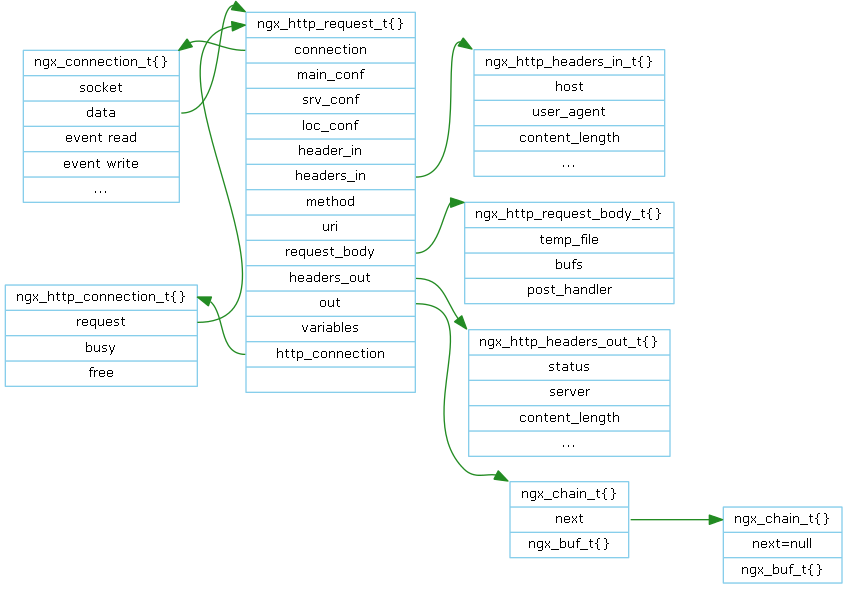
This is doc/Graph/http/http_request.png from lingjf/nginx_analyse, a Graphviz export, as it was before one commit. Its source is kept beside it as doc/Graph/http/http_request.gv.
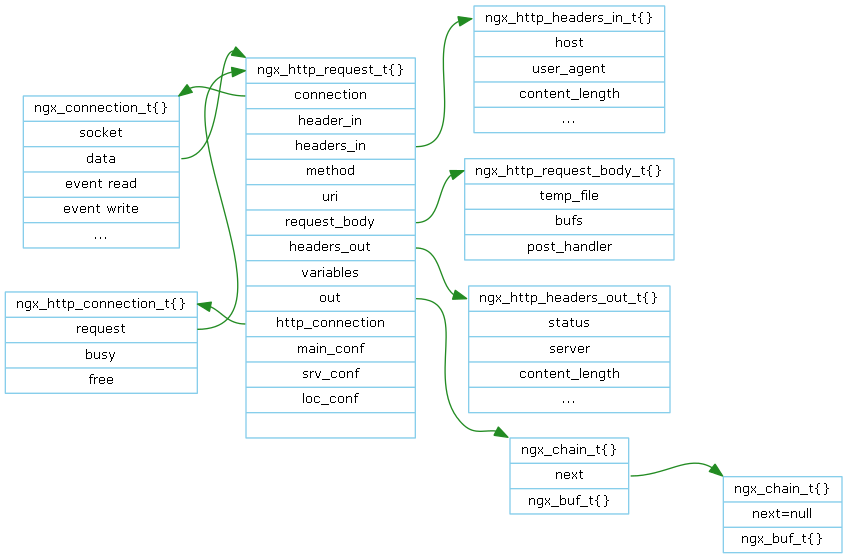
After the commit.

The edit, as a diff of the source:
```diff
@@ -1,12 +1,12 @@
-digraph ngx_array {
+digraph ngx_request {
+
    rankdir=LR;
    node [shape=record, color=skyblue, fontname="Verdana", fontsize=10];
    edge [color=forestgreen, fontname="Verdana", fontsize=10];
 
    ngx_connection_t [label="<head>ngx_connection_t\{\}|socket|<data>data|event read|event write|..."];
    ngx_http_connection_t [label="<head>ngx_http_connection_t\{\}|<request>request|busy|free"];
-   ngx_http_request_t [label="<head>ngx_http_request_t\{\}|<connection>connection|main_conf|srv_conf|loc_conf\
-   |header_in|<headers_in>headers_in|method|uri|<request_body>request_body|<headers_out>headers_out|<out>out|variables|<http_connection>http_connection|"];
+   ngx_http_request_t [label="<head>ngx_http_request_t\{\}|<connection>connection|header_in|<headers_in>headers_in|method|uri|<request_body>request_body|<headers_out>headers_out|variables|<out>out|<http_connection>http_connection|main_conf|srv_conf|loc_conf|"];
 
    ngx_http_headers_in_t [label="<head>ngx_http_headers_in_t\{\}|host|user_agent|content_length|..."];
    ngx_http_headers_out_t [label="<head>ngx_http_headers_out_t\{\}|status|server|content_length|..."];
@@ -18,11 +18,11 @@
    ngx_http_request_t:connection -> ngx_connection_t:head:ne [weight=100];
    ngx_http_connection_t:request -> ngx_http_request_t:head;
    ngx_http_request_t:http_connection -> ngx_http_connection_t:head;
-   ngx_http_request_t:headers_in -> ngx_http_headers_in_t:head:nw;
-   ngx_http_request_t:headers_out -> ngx_http_headers_out_t:head:nw;
-   ngx_http_request_t:request_body -> ngx_http_request_body_t:head:nw;
+   ngx_http_request_t:headers_in -> ngx_http_headers_in_t:head;
+   ngx_http_request_t:headers_out -> ngx_http_headers_out_t:head;
+   ngx_http_request_t:request_body -> ngx_http_request_body_t:head;
    ngx_http_request_t:out -> ngx_chain_t_1:head:nw;
-   ngx_chain_t_1:next -> ngx_chain_t_2:head;
+   ngx_chain_t_1:next -> ngx_chain_t_2:head:nw;
 
 
    {rank=same; ngx_connection_t; ngx_http_connection_t; };
```
